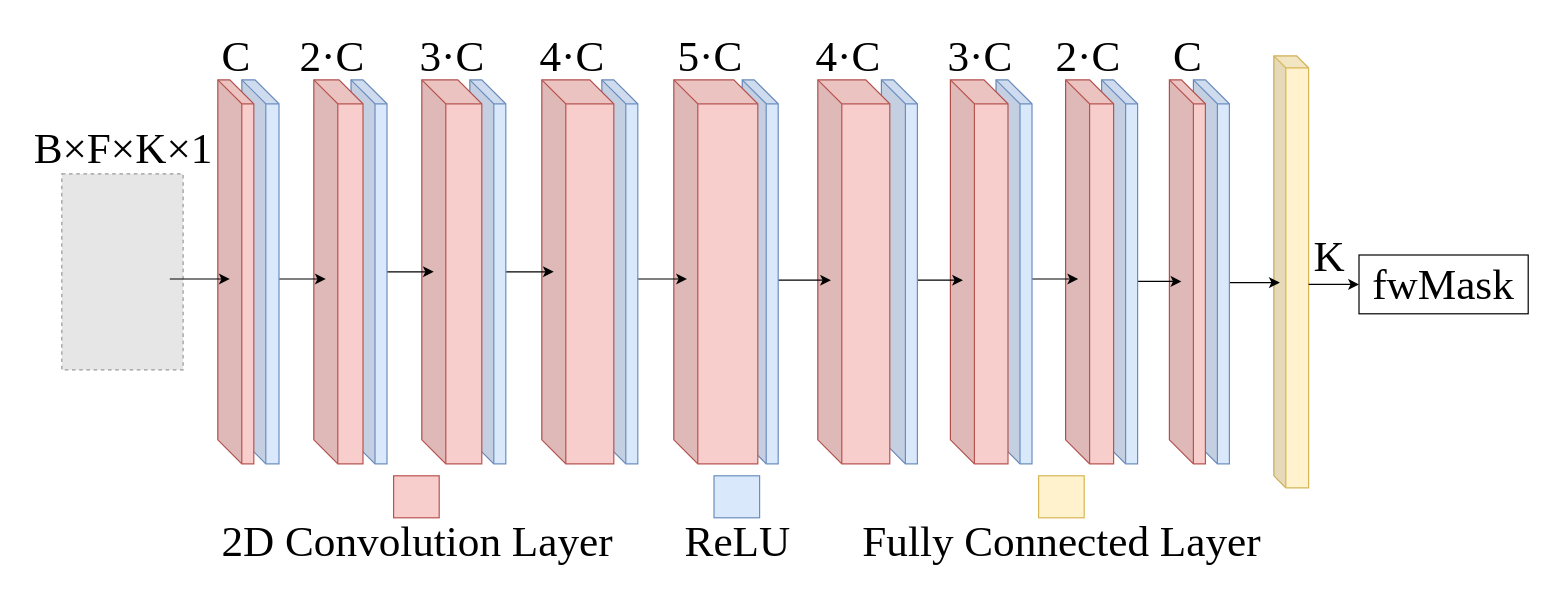
Above: model/Untitled Diagram.drawio in linan2/A-Convolutional-Recurrent-Neural-Network-for-Real-Time-Speech-Enhancement (draw.io), before the change. Source tidied: cells renumbered, new cells numbered last; positions are measured from the earlier drawing's top-left corner, leaving out a move shared by most shapes. Both pictures are drawn from the tidied source at 120%, with x=0, y=0 at pixel (20, 20). Pictures stored in the file or linked from it are replaced by grey dashed boxes.
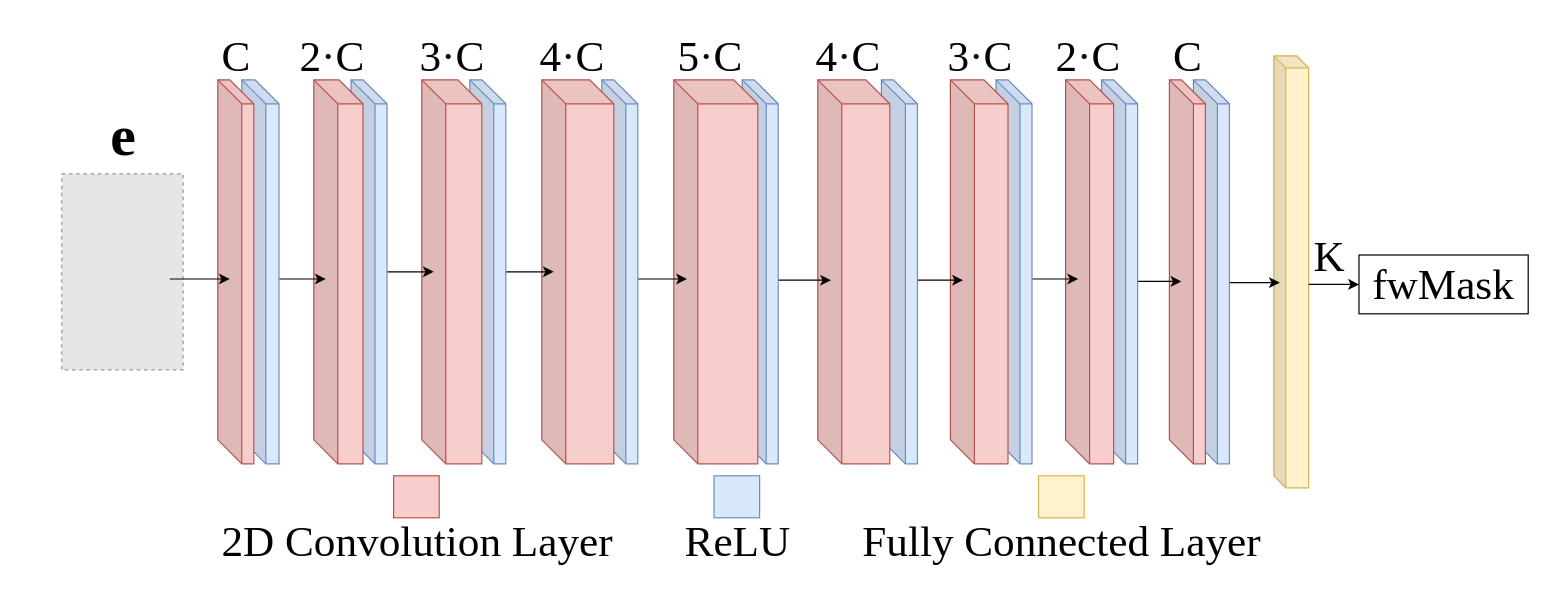
After the change.

Diff of the diagram source:
```diff
@@
-    <mxCell id="44" value="&lt;font face=&quot;Times New Roman&quot; style=&quot;font-size: 36px;&quot;&gt;B×F×K×1&lt;/font&gt;" style="text;html=1;align=center;verticalAlign=middle;strokeColor=none;fillColor=none;fontSize=14;" parent="1" vertex="1">
-      <mxGeometry x="-0.4" y="77.4" width="170" height="60" as="geometry" />
+    <mxCell id="44" value="&lt;font face=&quot;Times New Roman&quot; style=&quot;font-size: 48px;&quot;&gt;&lt;b style=&quot;&quot;&gt;e&lt;/b&gt;&lt;/font&gt;" style="text;html=1;align=center;verticalAlign=middle;strokeColor=none;fillColor=none;fontSize=14;" parent="1" vertex="1">
+      <mxGeometry x="64.6" y="60" width="40" height="70" as="geometry" />
     </mxCell>
```
